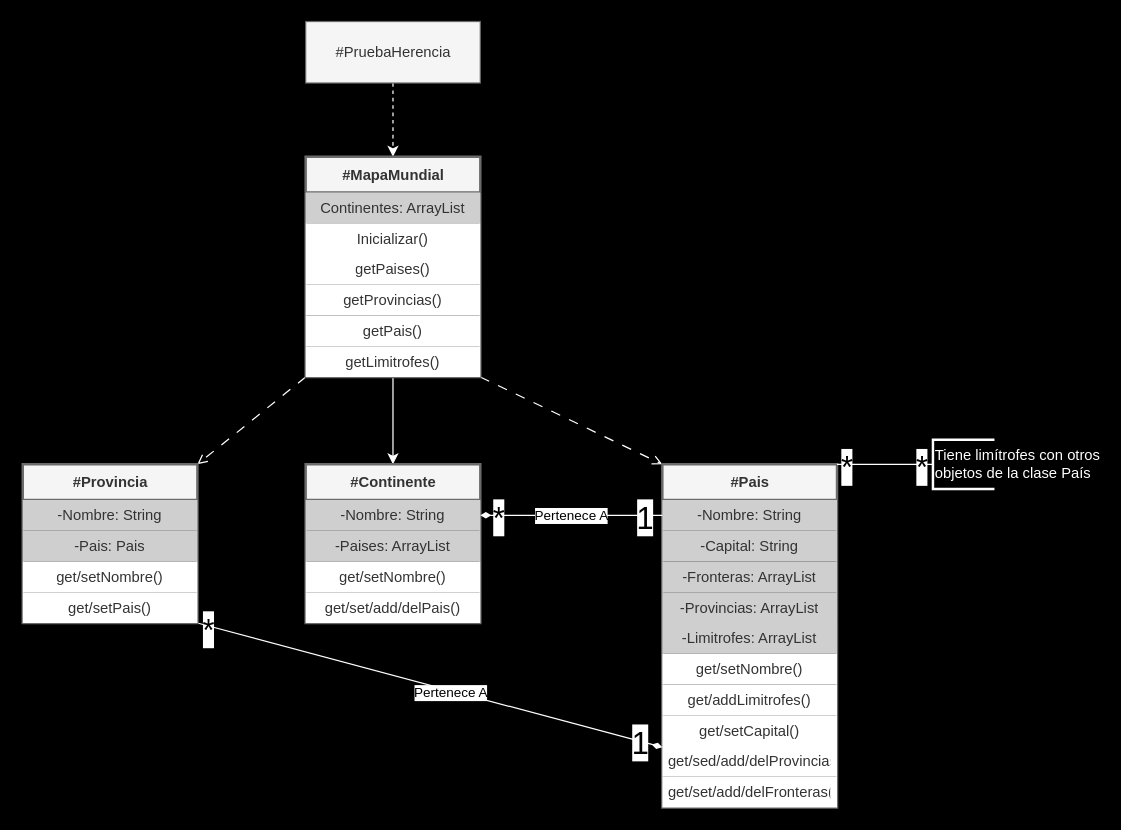
This is src/TP4/Diagrama.drawio from NickTTD/POO-Grupo13-2023, a draw.io file, before an edit. Source tidied: cells renumbered, new cells numbered last; positions are measured from the earlier drawing's top-left corner, leaving out a move shared by most shapes. Both pictures are drawn from the tidied source at 123%, with x=0, y=0 at pixel (22, 21).
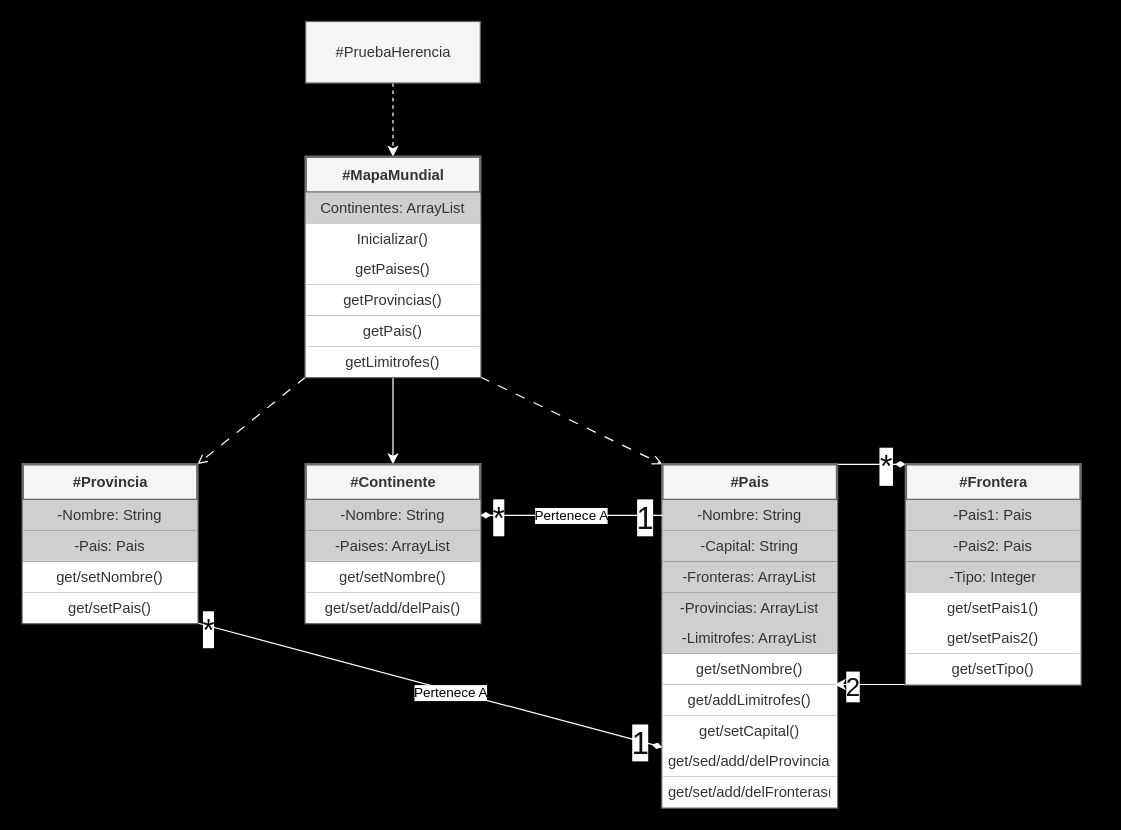
Above is the later version.

Unchanged cells that the change refers to:
```xml
<mxCell id="14" value="#Pais" style="swimlane;fontStyle=1;align=center;verticalAlign=middle;horizontal=1;startSize=29;html=1;fontFamily=Helvetica;fontSize=12;fontColor=#333333;fillColor=#f5f5f5;strokeColor=#6B6B6B;gradientColor=none;fillStyle=solid;strokeWidth=2;" parent="1" vertex="1">
  <mxGeometry x="520" y="360" width="142" height="279" as="geometry" />
</mxCell>
<mxCell id="21" value="get/addLimitrofes()" style="text;html=1;align=center;verticalAlign=middle;spacingLeft=4;spacingRight=4;overflow=hidden;points=[[0,0.5],[1,0.5]];portConstraint=eastwest;fontFamily=Helvetica;fontSize=12;fillColor=#FFFFFF;fontColor=#333333;strokeColor=none;strokeWidth=0;fillStyle=auto;" parent="14" vertex="1">
  <mxGeometry y="179" width="142" height="25" as="geometry" />
</mxCell>
<mxCell id="25" style="edgeStyle=none;html=1;exitX=1;exitY=1;exitDx=0;exitDy=0;endArrow=diamondThin;endFill=1;align=center;strokeColor=#FFFFFF;" parent="1" edge="1" source="29">
  <mxGeometry relative="1" as="geometry">
    <mxPoint x="520" y="590" as="targetPoint" />
  </mxGeometry>
</mxCell>
<mxCell id="43" value="Pertenece A" style="edgeStyle=none;html=1;exitX=0;exitY=0.5;exitDx=0;exitDy=0;entryX=1;entryY=0.5;entryDx=0;entryDy=0;endArrow=diamondThin;endFill=1;strokeColor=#FFFFFF;" parent="1" edge="1" source="15" target="35">
  <mxGeometry relative="1" as="geometry" />
</mxCell>
```

Change to the diagram source:
```diff
@@
+    <mxCell id="46" style="edgeStyle=none;html=1;exitX=1;exitY=0;exitDx=0;exitDy=0;entryX=0;entryY=0;entryDx=0;entryDy=0;fontColor=default;endArrow=diamondThin;strokeColor=#FFFFFF;endFill=1;" parent="1" edge="1" source="14" target="50">
+      <mxGeometry relative="1" as="geometry" />
+    </mxCell>
+    <mxCell id="47" value="*" style="edgeLabel;html=1;align=center;verticalAlign=middle;fontColor=#0F0F0F;fontSize=26;" parent="46" vertex="1">
+      <mxGeometry x="0.38" y="-1" relative="1" as="geometry" />
+    </mxCell>
@@
-    <mxCell id="28" value="1" style="edgeLabel;html=1;align=center;verticalAlign=middle;fontSize=25;" parent="25" vertex="1">
+    <mxCell id="28" value="1" style="edgeLabel;html=1;align=center;verticalAlign=middle;fontSize=25;fontColor=#0F0F0F;" parent="25" vertex="1">
       <mxGeometry x="0.9" relative="1" as="geometry" />
     </mxCell>
@@
-    <mxCell id="39" style="edgeStyle=none;html=1;exitX=0;exitY=0.5;exitDx=0;exitDy=0;exitPerimeter=0;entryX=1;entryY=0;entryDx=0;entryDy=0;endArrow=none;endFill=0;strokeColor=#FFFFFF;" parent="1" edge="1" source="42" target="14">
-      <mxGeometry relative="1" as="geometry" />
-    </mxCell>
-    <mxCell id="40" value="*" style="edgeLabel;html=1;align=center;verticalAlign=middle;fontSize=25;" parent="39" vertex="1">
-      <mxGeometry x="0.83" y="1" relative="1" as="geometry" />
-    </mxCell>
-    <mxCell id="41" value="*" style="edgeLabel;html=1;align=center;verticalAlign=middle;fontSize=25;" parent="39" vertex="1">
-      <mxGeometry x="-0.75" y="1" relative="1" as="geometry" />
-    </mxCell>
-    <mxCell id="42" value="Tiene limítrofes con otros&lt;br&gt;objetos de la clase País" style="strokeWidth=2;html=1;shape=mxgraph.flowchart.annotation_1;align=left;fontColor=#FFFFFF;strokeColor=#FFFFFF;" parent="1" vertex="1">
-      <mxGeometry x="740" y="340" width="50" height="40" as="geometry" />
-    </mxCell>
@@
-    <mxCell id="44" value="*" style="edgeLabel;html=1;align=center;verticalAlign=middle;fontSize=25;" parent="43" vertex="1">
+    <mxCell id="44" value="*" style="edgeLabel;html=1;align=center;verticalAlign=middle;fontSize=25;fontColor=#0F0F0F;" parent="43" vertex="1">
       <mxGeometry x="0.82" y="1" relative="1" as="geometry">
         <mxPoint x="1" as="offset" />
       </mxGeometry>
     </mxCell>
-    <mxCell id="45" value="1" style="edgeLabel;html=1;align=center;verticalAlign=middle;fontSize=25;" parent="43" vertex="1">
+    <mxCell id="45" value="1" style="edgeLabel;html=1;align=center;verticalAlign=middle;fontSize=25;fontColor=#0F0F0F;" parent="43" vertex="1">
       <mxGeometry x="-0.8" y="1" relative="1" as="geometry" />
     </mxCell>
+    <mxCell id="48" style="edgeStyle=none;html=1;exitX=0;exitY=1;exitDx=0;exitDy=0;entryX=0.986;entryY=0;entryDx=0;entryDy=0;entryPerimeter=0;fontColor=#333333;strokeColor=#FFFFFF;" parent="1" edge="1" source="50" target="21">
+      <mxGeometry relative="1" as="geometry" />
+    </mxCell>
+    <mxCell id="49" value="2" style="edgeLabel;html=1;align=center;verticalAlign=middle;fontSize=21;fontColor=#0F0F0F;" parent="48" vertex="1">
+      <mxGeometry x="0.52" y="1" relative="1" as="geometry" />
+    </mxCell>
+    <mxCell id="50" value="#Frontera" style="swimlane;fontStyle=1;align=center;verticalAlign=middle;horizontal=1;startSize=29;html=1;fontFamily=Helvetica;fontSize=12;fontColor=#333333;fillColor=#f5f5f5;strokeColor=#6B6B6B;gradientColor=none;fillStyle=solid;strokeWidth=2;" parent="1" vertex="1">
+      <mxGeometry x="718" y="360" width="142" height="179" as="geometry" />
+    </mxCell>
+    <mxCell id="51" value="-Pais1: Pais" style="text;html=1;align=center;verticalAlign=middle;spacingLeft=4;spacingRight=4;overflow=hidden;fontFamily=Helvetica;fontSize=12;strokeWidth=0;fillStyle=auto;fillColor=#CFCFCF;strokeColor=none;fontColor=#333333;" parent="50" vertex="1">
+      <mxGeometry y="29" width="142" height="25" as="geometry" />
+    </mxCell>
+    <mxCell id="52" value="-Pais2: Pais" style="text;html=1;align=center;verticalAlign=middle;spacingLeft=4;spacingRight=4;overflow=hidden;fontFamily=Helvetica;fontSize=12;fillColor=#CFCFCF;fontColor=#333333;strokeColor=none;strokeWidth=0;fillStyle=auto;" parent="50" vertex="1">
+      <mxGeometry y="54" width="142" height="25" as="geometry" />
+    </mxCell>
+    <mxCell id="53" value="-Tipo: Integer" style="text;html=1;align=center;verticalAlign=middle;spacingLeft=4;spacingRight=4;overflow=hidden;fontFamily=Helvetica;fontSize=12;fillColor=#CFCFCF;fontColor=#333333;strokeColor=none;strokeWidth=0;fillStyle=auto;" parent="50" vertex="1">
+      <mxGeometry y="79" width="142" height="25" as="geometry" />
+    </mxCell>
+    <mxCell id="54" value="get/setPais1()" style="text;html=1;align=center;verticalAlign=middle;spacingLeft=4;spacingRight=4;overflow=hidden;fontFamily=Helvetica;fontSize=12;fillColor=#FFFFFF;fontColor=#333333;strokeColor=none;strokeWidth=0;fillStyle=auto;" parent="50" vertex="1">
+      <mxGeometry y="104" width="142" height="25" as="geometry" />
+    </mxCell>
+    <mxCell id="55" value="get/setPais2()" style="text;html=1;align=center;verticalAlign=middle;spacingLeft=4;spacingRight=4;overflow=hidden;fontFamily=Helvetica;fontSize=12;fillColor=#FFFFFF;fontColor=#333333;strokeColor=none;strokeWidth=0;fillStyle=auto;" parent="50" vertex="1">
+      <mxGeometry y="129" width="142" height="25" as="geometry" />
+    </mxCell>
+    <mxCell id="56" value="get/setTipo()" style="text;html=1;align=center;verticalAlign=middle;spacingLeft=4;spacingRight=4;overflow=hidden;fontFamily=Helvetica;fontSize=12;fillColor=#FFFFFF;fontColor=#333333;strokeColor=none;strokeWidth=0;fillStyle=auto;" parent="50" vertex="1">
+      <mxGeometry y="154" width="142" height="25" as="geometry" />
+    </mxCell>
```
